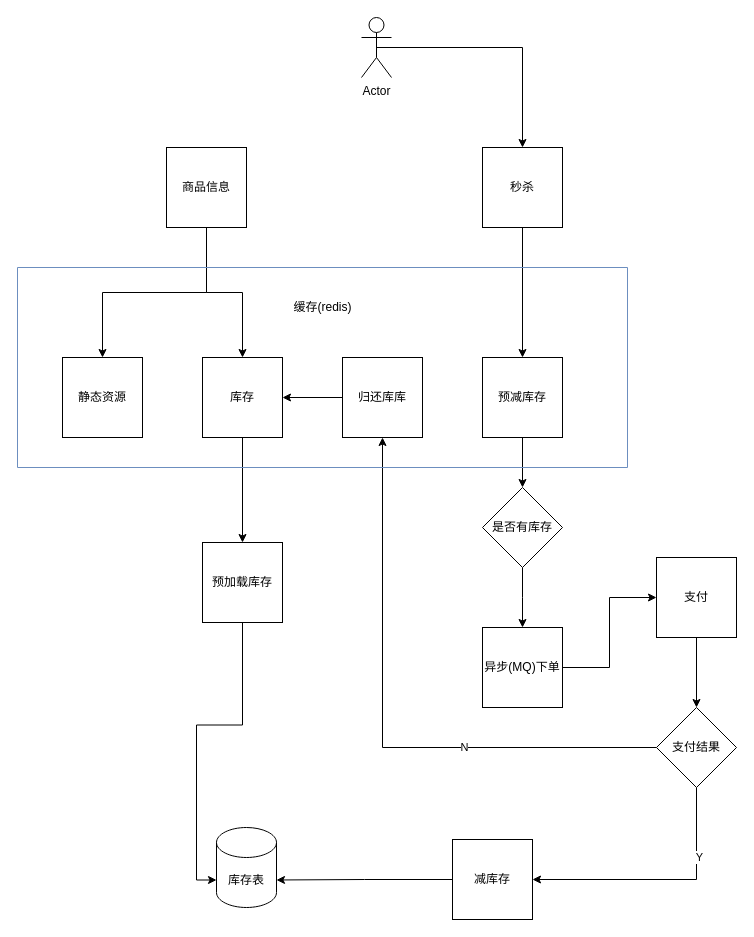
Before: 秒杀设计.drawio in lixyu/draw, a draw.io diagram. Source tidied: cells renumbered, new cells numbered last; positions are measured from the earlier drawing's top-left corner, leaving out a move shared by most shapes. Both pictures are drawn from the tidied source at 100%, with x=0, y=0 at pixel (17, 17).
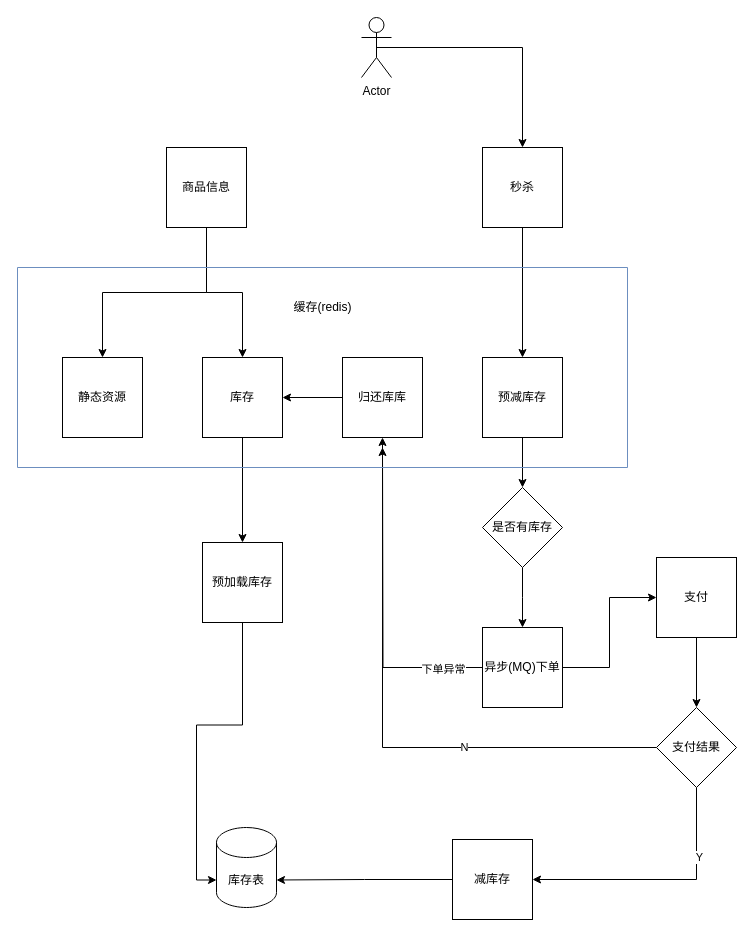
The same page after the edit.

Unchanged cells that the change refers to:
```xml
<mxCell id="18" value="异步(MQ)下单" style="whiteSpace=wrap;html=1;fillColor=#FFFFFF;" parent="1" vertex="1">
  <mxGeometry x="465" y="610" width="80" height="80" as="geometry" />
</mxCell>
```

What changed in the source:
```diff
@@
+    <mxCell id="34" style="edgeStyle=orthogonalEdgeStyle;rounded=0;jettySize=auto;html=1;exitX=0;exitY=0.5;exitDx=0;exitDy=0;" parent="1" edge="1" source="18">
+      <mxGeometry relative="1" as="geometry">
+        <mxPoint x="365" y="430" as="targetPoint" />
+      </mxGeometry>
+    </mxCell>
+    <mxCell id="35" value="下单异常" style="edgeLabel;html=1;align=center;verticalAlign=middle;" parent="34" vertex="1">
+      <mxGeometry x="-0.75" y="1" relative="1" as="geometry" />
+    </mxCell>
```
